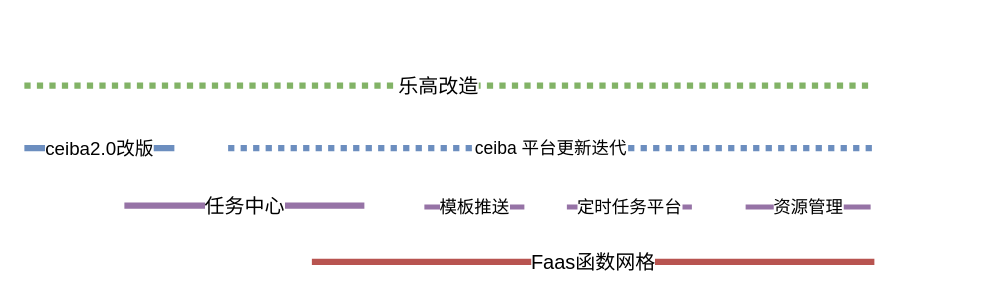
Before: work.drawio in axtrur/resource, a draw.io diagram. Source tidied: cells renumbered, new cells numbered last; positions are measured from the earlier drawing's top-left corner, leaving out a move shared by most shapes. Both pictures are drawn from the tidied source at 125%, with x=0, y=0 at pixel (24, 85).
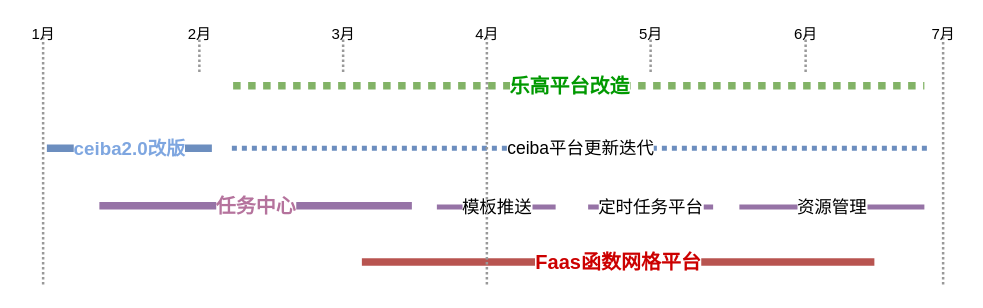
After the change.

The edit, as a diff of the source:
```diff
@@
-    <mxCell id="2" style="endArrow=none;dashed=1;html=1;strokeWidth=5;fillColor=#d5e8d4;strokeColor=#82b366;dashPattern=1 1;" parent="1" edge="1">
+    <mxCell id="2" style="endArrow=none;dashed=1;html=1;strokeWidth=6;fillColor=#d5e8d4;strokeColor=#82b366;dashPattern=1 1;" parent="1" edge="1">
       <mxGeometry relative="1" as="geometry">
-        <mxPoint as="sourcePoint" />
-        <mxPoint x="680" as="targetPoint" />
+        <mxPoint x="167" as="sourcePoint" />
+        <mxPoint x="720" as="targetPoint" />
       </mxGeometry>
     </mxCell>
-    <mxCell id="3" value="&lt;font style=&quot;font-size: 16px&quot;&gt;乐高改造&lt;/font&gt;" style="edgeLabel;html=1;align=center;verticalAlign=middle;" parent="2" vertex="1">
+    <mxCell id="3" value="&lt;font style=&quot;font-size: 16px&quot; color=&quot;#009900&quot;&gt;&lt;b&gt;乐高平台改造&lt;/b&gt;&lt;/font&gt;" style="edgeLabel;html=1;align=center;verticalAlign=middle;" parent="2" vertex="1">
       <mxGeometry x="-0.03" y="1" relative="1" as="geometry" />
     </mxCell>
-    <mxCell id="4" value="&lt;font style=&quot;font-size: 15px&quot;&gt;ceiba2.0改版&lt;/font&gt;" style="endArrow=none;html=1;strokeWidth=5;fillColor=#dae8fc;strokeColor=#6c8ebf;" parent="1" edge="1">
+    <mxCell id="4" value="&lt;font style=&quot;font-size: 15px&quot; color=&quot;#7ea6e0&quot;&gt;&lt;b&gt;ceiba2.0改版&lt;/b&gt;&lt;/font&gt;" style="endArrow=none;html=1;strokeWidth=6;fillColor=#dae8fc;strokeColor=#6c8ebf;" parent="1" edge="1">
       <mxGeometry relative="1" as="geometry">
-        <mxPoint y="50" as="sourcePoint" />
-        <mxPoint x="120" y="50" as="targetPoint" />
+        <mxPoint x="18" y="50" as="sourcePoint" />
+        <mxPoint x="150" y="50" as="targetPoint" />
       </mxGeometry>
     </mxCell>
-    <mxCell id="5" value="&lt;font style=&quot;font-size: 16px&quot;&gt;任务中心&lt;/font&gt;" style="endArrow=none;html=1;strokeWidth=5;fillColor=#e1d5e7;strokeColor=#9673a6;" parent="1" edge="1">
+    <mxCell id="5" value="&lt;font style=&quot;font-size: 16px&quot; color=&quot;#b5739d&quot;&gt;&lt;b&gt;任务中心&lt;/b&gt;&lt;/font&gt;" style="endArrow=none;html=1;strokeWidth=6;fillColor=#e1d5e7;strokeColor=#9673a6;" parent="1" edge="1">
       <mxGeometry relative="1" as="geometry">
-        <mxPoint x="80" y="96" as="sourcePoint" />
-        <mxPoint x="272" y="96" as="targetPoint" />
+        <mxPoint x="60" y="96" as="sourcePoint" />
+        <mxPoint x="310" y="96" as="targetPoint" />
       </mxGeometry>
     </mxCell>
-    <mxCell id="6" value="&lt;font style=&quot;font-size: 16px&quot;&gt;Faas函数网格&lt;/font&gt;" style="endArrow=none;html=1;strokeWidth=5;fillColor=#f8cecc;strokeColor=#b85450;" parent="1" edge="1">
+    <mxCell id="6" value="&lt;font style=&quot;font-size: 16px&quot; color=&quot;#cc0000&quot;&gt;&lt;b&gt;Faas函数网格平台&lt;/b&gt;&lt;/font&gt;" style="endArrow=none;html=1;strokeWidth=6;fillColor=#f8cecc;strokeColor=#b85450;" parent="1" edge="1">
       <mxGeometry relative="1" as="geometry">
-        <mxPoint x="230" y="141" as="sourcePoint" />
+        <mxPoint x="270" y="141" as="sourcePoint" />
         <mxPoint x="680" y="141" as="targetPoint" />
       </mxGeometry>
     </mxCell>
     <mxCell id="7" value="&lt;font style=&quot;font-size: 14px&quot;&gt;模板推送&lt;/font&gt;" style="endArrow=none;html=1;strokeWidth=4;fillColor=#e1d5e7;strokeColor=#9673a6;" parent="1" edge="1">
-      <mxGeometry x="370" y="338" as="geometry">
-        <mxPoint x="320" y="97" as="sourcePoint" />
-        <mxPoint x="400" y="97" as="targetPoint" />
+      <mxGeometry x="395" y="338" as="geometry">
+        <mxPoint x="330" y="97" as="sourcePoint" />
+        <mxPoint x="425" y="97" as="targetPoint" />
+        <Array as="points">
+          <mxPoint x="392" y="97" />
+          <mxPoint x="405" y="97" />
+        </Array>
       </mxGeometry>
     </mxCell>
     <mxCell id="8" value="&lt;font style=&quot;font-size: 14px&quot;&gt;定时任务平台&lt;/font&gt;" style="endArrow=none;html=1;strokeWidth=4;fillColor=#e1d5e7;strokeColor=#9673a6;" parent="1" edge="1">
-      <mxGeometry x="394" y="338" as="geometry">
-        <mxPoint x="434" y="97" as="sourcePoint" />
-        <mxPoint x="534" y="97" as="targetPoint" />
+      <mxGeometry x="411" y="338" as="geometry">
+        <mxPoint x="451" y="97" as="sourcePoint" />
+        <mxPoint x="551" y="97" as="targetPoint" />
       </mxGeometry>
     </mxCell>
     <mxCell id="9" value="&lt;font style=&quot;font-size: 14px&quot;&gt;资源管理&lt;/font&gt;" style="endArrow=none;html=1;strokeWidth=4;fillColor=#e1d5e7;strokeColor=#9673a6;" parent="1" edge="1">
-      <mxGeometry x="417" y="338" as="geometry">
-        <mxPoint x="577" y="97" as="sourcePoint" />
-        <mxPoint x="677" y="97" as="targetPoint" />
+      <mxGeometry x="412" y="338" as="geometry">
+        <mxPoint x="572" y="97" as="sourcePoint" />
+        <mxPoint x="720" y="97" as="targetPoint" />
+        <Array as="points">
+          <mxPoint x="635" y="97" />
+        </Array>
       </mxGeometry>
     </mxCell>
-    <mxCell id="10" value="&lt;font style=&quot;font-size: 14px&quot;&gt;ceiba 平台更新迭代&lt;/font&gt;" style="endArrow=none;html=1;strokeWidth=5;dashed=1;fillColor=#dae8fc;strokeColor=#6c8ebf;dashPattern=1 1;" parent="1" edge="1">
+    <mxCell id="10" value="&lt;font style=&quot;font-size: 14px&quot;&gt;ceiba平台更新迭代&lt;/font&gt;" style="endArrow=none;html=1;strokeWidth=4;dashed=1;fillColor=#dae8fc;strokeColor=#6c8ebf;dashPattern=1 1;" parent="1" edge="1">
       <mxGeometry relative="1" as="geometry">
-        <mxPoint x="163" y="50" as="sourcePoint" />
-        <mxPoint x="679" y="50" as="targetPoint" />
+        <mxPoint x="166" y="50" as="sourcePoint" />
+        <mxPoint x="723" y="50" as="targetPoint" />
       </mxGeometry>
     </mxCell>
+    <mxCell id="11" style="endArrow=none;dashed=1;html=1;dashPattern=1 1;strokeWidth=2;strokeColor=#999999;" parent="1" edge="1">
+      <mxGeometry relative="1" as="geometry">
+        <mxPoint x="140" y="-11" as="sourcePoint" />
+        <mxPoint x="140" y="-41" as="targetPoint" />
+      </mxGeometry>
+    </mxCell>
+    <mxCell id="12" value="2月" style="text;html=1;align=center;verticalAlign=middle;strokeColor=none;" parent="1" vertex="1">
+      <mxGeometry x="125" y="-51" width="30" height="20" as="geometry" />
+    </mxCell>
+    <mxCell id="13" style="endArrow=none;dashed=1;html=1;dashPattern=1 1;strokeWidth=2;strokeColor=#999999;" parent="1" edge="1">
+      <mxGeometry relative="1" as="geometry">
+        <mxPoint x="255" y="-11" as="sourcePoint" />
+        <mxPoint x="255" y="-41" as="targetPoint" />
+      </mxGeometry>
+    </mxCell>
+    <mxCell id="14" value="3月" style="text;html=1;align=center;verticalAlign=middle;strokeColor=none;" parent="1" vertex="1">
+      <mxGeometry x="240" y="-51" width="30" height="20" as="geometry" />
+    </mxCell>
+    <mxCell id="15" style="endArrow=none;dashed=1;html=1;dashPattern=1 1;strokeWidth=2;strokeColor=#999999;" parent="1" edge="1">
+      <mxGeometry relative="1" as="geometry">
+        <mxPoint x="625" y="-11" as="sourcePoint" />
+        <mxPoint x="625" y="-41" as="targetPoint" />
+      </mxGeometry>
+    </mxCell>
+    <mxCell id="16" value="6月" style="text;html=1;align=center;verticalAlign=middle;strokeColor=none;" parent="1" vertex="1">
+      <mxGeometry x="610" y="-51" width="30" height="20" as="geometry" />
+    </mxCell>
+    <mxCell id="17" style="endArrow=none;dashed=1;html=1;dashPattern=1 1;strokeWidth=2;strokeColor=#999999;" parent="1" edge="1">
+      <mxGeometry relative="1" as="geometry">
+        <mxPoint x="370" y="159" as="sourcePoint" />
+        <mxPoint x="370" y="-41" as="targetPoint" />
+      </mxGeometry>
+    </mxCell>
+    <mxCell id="18" value="4月" style="text;html=1;align=center;verticalAlign=middle;strokeColor=none;" parent="1" vertex="1">
+      <mxGeometry x="355" y="-51" width="30" height="20" as="geometry" />
+    </mxCell>
+    <mxCell id="19" style="endArrow=none;dashed=1;html=1;dashPattern=1 1;strokeWidth=2;strokeColor=#999999;" parent="1" edge="1">
+      <mxGeometry relative="1" as="geometry">
+        <mxPoint x="501" y="-11" as="sourcePoint" />
+        <mxPoint x="501" y="-41" as="targetPoint" />
+      </mxGeometry>
+    </mxCell>
+    <mxCell id="20" value="5月" style="text;html=1;align=center;verticalAlign=middle;strokeColor=none;" parent="1" vertex="1">
+      <mxGeometry x="486" y="-51" width="30" height="20" as="geometry" />
+    </mxCell>
+    <mxCell id="21" style="endArrow=none;dashed=1;html=1;dashPattern=1 1;strokeWidth=2;strokeColor=#999999;" parent="1" edge="1">
+      <mxGeometry relative="1" as="geometry">
+        <mxPoint x="15" y="159" as="sourcePoint" />
+        <mxPoint x="15" y="-41" as="targetPoint" />
+      </mxGeometry>
+    </mxCell>
+    <mxCell id="22" value="1月" style="text;html=1;align=center;verticalAlign=middle;strokeColor=none;" parent="1" vertex="1">
+      <mxGeometry y="-51" width="30" height="20" as="geometry" />
+    </mxCell>
+    <mxCell id="23" style="endArrow=none;dashed=1;html=1;dashPattern=1 1;strokeWidth=2;strokeColor=#999999;" parent="1" edge="1">
+      <mxGeometry relative="1" as="geometry">
+        <mxPoint x="735" y="159" as="sourcePoint" />
+        <mxPoint x="735" y="-41" as="targetPoint" />
+      </mxGeometry>
+    </mxCell>
+    <mxCell id="24" value="7月" style="text;html=1;align=center;verticalAlign=middle;strokeColor=none;" parent="1" vertex="1">
+      <mxGeometry x="720" y="-51" width="30" height="20" as="geometry" />
+    </mxCell>
```
